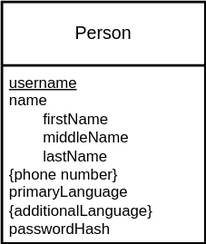
The draw.io diagram Classes + Uni/PDS/Project/Part 1/Project1.svg in ivanearisty/obsidian, before a commit. Source tidied: cells renumbered, new cells last; positions are measured from the earlier drawing's top-left corner, leaving out a move shared by most shapes.
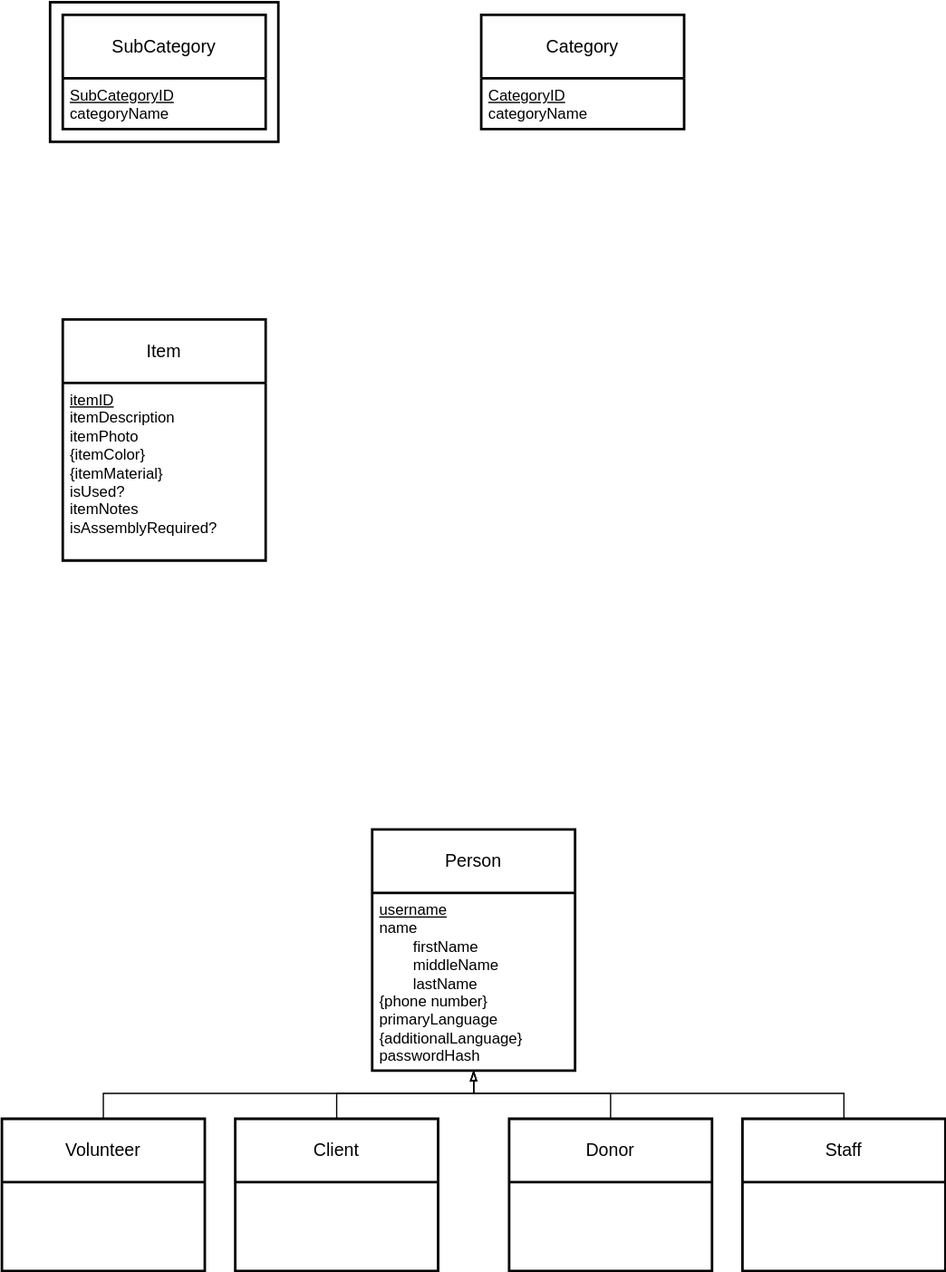
The same file after the commit.

Commit message:
vault backup: 2024-10-17 13:04:19

Diff of the diagram source:
```diff
@@ -2,11 +2,80 @@
   <root>
     <mxCell id="0" />
     <mxCell id="1" parent="0" />
+    <mxCell id="4" style="group;" parent="1" vertex="1">
+      <mxGeometry x="-254" y="-652" width="180" height="110" as="geometry" />
+    </mxCell>
+    <mxCell id="5" style="rounded=0;whiteSpace=wrap;html=1;strokeWidth=2;fillColor=none;" parent="4" vertex="1">
+      <mxGeometry width="180" height="110" as="geometry" />
+    </mxCell>
+    <mxCell id="6" value="SubCategory" style="swimlane;horizontal=1;startSize=50;rounded=0;fontSize=14;fontStyle=0;strokeWidth=2;shadow=0;dashed=0;align=center;arcSize=4;whiteSpace=wrap;html=1;" parent="4" vertex="1">
+      <mxGeometry x="10" y="10" width="160" height="90" as="geometry" />
+    </mxCell>
+    <mxCell id="7" value="&lt;u&gt;SubCategoryID&lt;/u&gt;&lt;div&gt;categoryName&lt;/div&gt;" style="align=left;strokeColor=none;fillColor=none;spacingLeft=4;fontSize=12;verticalAlign=top;html=1;" parent="6" vertex="1">
+      <mxGeometry y="50" width="160" height="40" as="geometry" />
+    </mxCell>
     <mxCell id="2" value="Person" style="swimlane;horizontal=1;startSize=50;rounded=0;fontSize=14;fontStyle=0;strokeWidth=2;shadow=0;dashed=0;align=center;arcSize=4;whiteSpace=wrap;html=1;" parent="1" vertex="1">
       <mxGeometry width="160" height="190" as="geometry" />
     </mxCell>
     <mxCell id="3" value="&lt;u&gt;username&lt;/u&gt;&lt;div&gt;name&lt;/div&gt;&lt;div&gt;&lt;span style=&quot;white-space: pre;&quot;&gt;&#9;&lt;/span&gt;firstName&lt;br&gt;&lt;/div&gt;&lt;div&gt;&lt;span style=&quot;white-space: pre;&quot;&gt;&#9;&lt;/span&gt;middleName&lt;br&gt;&lt;/div&gt;&lt;div&gt;&lt;span style=&quot;white-space: pre;&quot;&gt;&#9;&lt;/span&gt;lastName&lt;br&gt;&lt;/div&gt;&lt;div&gt;{phone number}&lt;/div&gt;&lt;div&gt;primaryLanguage&lt;/div&gt;&lt;div&gt;{additionalLanguage}&lt;/div&gt;&lt;div&gt;passwordHash&lt;/div&gt;" style="align=left;strokeColor=none;fillColor=none;spacingLeft=4;fontSize=12;verticalAlign=top;html=1;" parent="2" vertex="1">
       <mxGeometry y="50" width="160" height="140" as="geometry" />
     </mxCell>
+    <mxCell id="8" style="edgeStyle=orthogonalEdgeStyle;rounded=0;jettySize=auto;html=1;endArrow=blockThin;endFill=0;" parent="1" edge="1" source="9" target="2">
+      <mxGeometry relative="1" as="geometry">
+        <Array as="points">
+          <mxPoint x="-28" y="208" />
+          <mxPoint x="80" y="208" />
+        </Array>
+      </mxGeometry>
+    </mxCell>
+    <mxCell id="9" value="Client" style="swimlane;horizontal=1;startSize=50;rounded=0;fontSize=14;fontStyle=0;strokeWidth=2;shadow=0;dashed=0;align=center;arcSize=4;whiteSpace=wrap;html=1;" parent="1" vertex="1">
+      <mxGeometry x="-108" y="228" width="160" height="120" as="geometry" />
+    </mxCell>
+    <mxCell id="10" style="edgeStyle=orthogonalEdgeStyle;rounded=0;jettySize=auto;html=1;endArrow=blockThin;endFill=0;" parent="1" edge="1" source="11" target="2">
+      <mxGeometry relative="1" as="geometry">
+        <Array as="points">
+          <mxPoint x="-212" y="208" />
+          <mxPoint x="80" y="208" />
+        </Array>
+      </mxGeometry>
+    </mxCell>
+    <mxCell id="11" value="Volunteer" style="swimlane;horizontal=1;startSize=50;rounded=0;fontSize=14;fontStyle=0;strokeWidth=2;shadow=0;dashed=0;align=center;arcSize=4;whiteSpace=wrap;html=1;" parent="1" vertex="1">
+      <mxGeometry x="-292" y="228" width="160" height="120" as="geometry" />
+    </mxCell>
+    <mxCell id="12" style="edgeStyle=orthogonalEdgeStyle;rounded=0;jettySize=auto;html=1;endArrow=blockThin;endFill=0;" parent="1" edge="1" source="13" target="2">
+      <mxGeometry relative="1" as="geometry">
+        <Array as="points">
+          <mxPoint x="372" y="208" />
+          <mxPoint x="80" y="208" />
+        </Array>
+      </mxGeometry>
+    </mxCell>
+    <mxCell id="13" value="Staff" style="swimlane;horizontal=1;startSize=50;rounded=0;fontSize=14;fontStyle=0;strokeWidth=2;shadow=0;dashed=0;align=center;arcSize=4;whiteSpace=wrap;html=1;" parent="1" vertex="1">
+      <mxGeometry x="292" y="228" width="160" height="120" as="geometry" />
+    </mxCell>
+    <mxCell id="14" style="edgeStyle=orthogonalEdgeStyle;rounded=0;jettySize=auto;html=1;endArrow=blockThin;endFill=0;" parent="1" edge="1" source="15">
+      <mxGeometry relative="1" as="geometry">
+        <mxPoint x="80" y="190" as="targetPoint" />
+        <Array as="points">
+          <mxPoint x="188" y="208" />
+          <mxPoint x="80" y="208" />
+        </Array>
+      </mxGeometry>
+    </mxCell>
+    <mxCell id="15" value="Donor" style="swimlane;horizontal=1;startSize=50;rounded=0;fontSize=14;fontStyle=0;strokeWidth=2;shadow=0;dashed=0;align=center;arcSize=4;whiteSpace=wrap;html=1;" parent="1" vertex="1">
+      <mxGeometry x="108" y="228" width="160" height="120" as="geometry" />
+    </mxCell>
+    <mxCell id="16" value="Item" style="swimlane;horizontal=1;startSize=50;rounded=0;fontSize=14;fontStyle=0;strokeWidth=2;shadow=0;dashed=0;align=center;arcSize=4;whiteSpace=wrap;html=1;" parent="1" vertex="1">
+      <mxGeometry x="-244" y="-402" width="160" height="190" as="geometry" />
+    </mxCell>
+    <mxCell id="17" value="&lt;u&gt;itemID&lt;/u&gt;&lt;div&gt;itemDescription&lt;/div&gt;&lt;div&gt;itemPhoto&lt;/div&gt;&lt;div&gt;{itemColor}&lt;/div&gt;&lt;div&gt;{itemMaterial}&lt;/div&gt;&lt;div&gt;isUsed?&lt;/div&gt;&lt;div&gt;itemNotes&lt;/div&gt;&lt;div&gt;isAssemblyRequired?&lt;/div&gt;" style="align=left;strokeColor=none;fillColor=none;spacingLeft=4;fontSize=12;verticalAlign=top;html=1;" parent="16" vertex="1">
+      <mxGeometry y="50" width="160" height="140" as="geometry" />
+    </mxCell>
+    <mxCell id="18" value="Category" style="swimlane;horizontal=1;startSize=50;rounded=0;fontSize=14;fontStyle=0;strokeWidth=2;shadow=0;dashed=0;align=center;arcSize=4;whiteSpace=wrap;html=1;" parent="1" vertex="1">
+      <mxGeometry x="86" y="-642" width="160" height="90" as="geometry" />
+    </mxCell>
+    <mxCell id="19" value="&lt;u&gt;CategoryID&lt;/u&gt;&lt;div&gt;categoryName&lt;/div&gt;" style="align=left;strokeColor=none;fillColor=none;spacingLeft=4;fontSize=12;verticalAlign=top;html=1;" parent="18" vertex="1">
+      <mxGeometry y="50" width="160" height="40" as="geometry" />
+    </mxCell>
   </root>
 </mxGraphModel>
```
